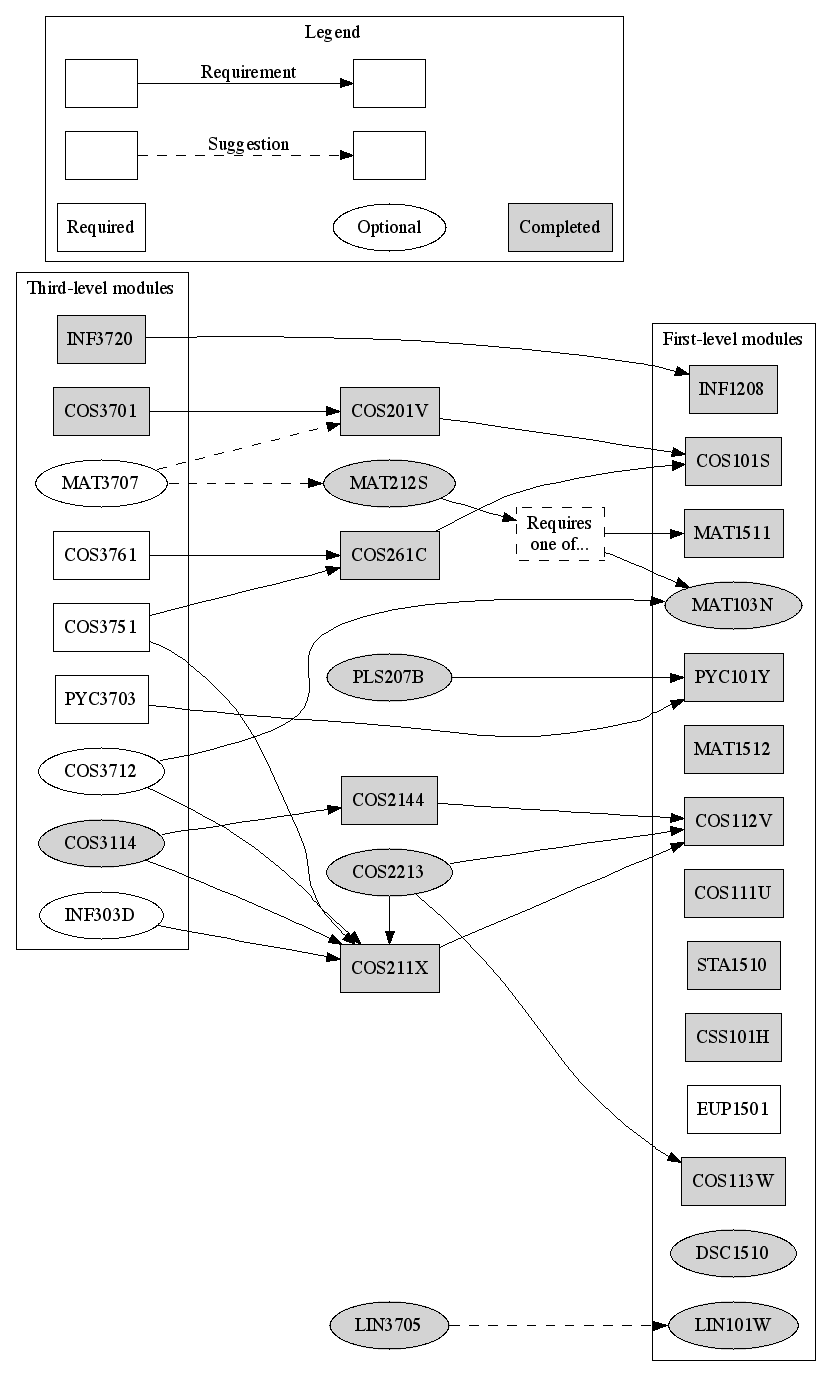
Above: ComputationalIntelligence.png in apauley/unisa-module-graph (Graphviz), before the change. Its source is kept beside it as ComputationalIntelligence.dot.
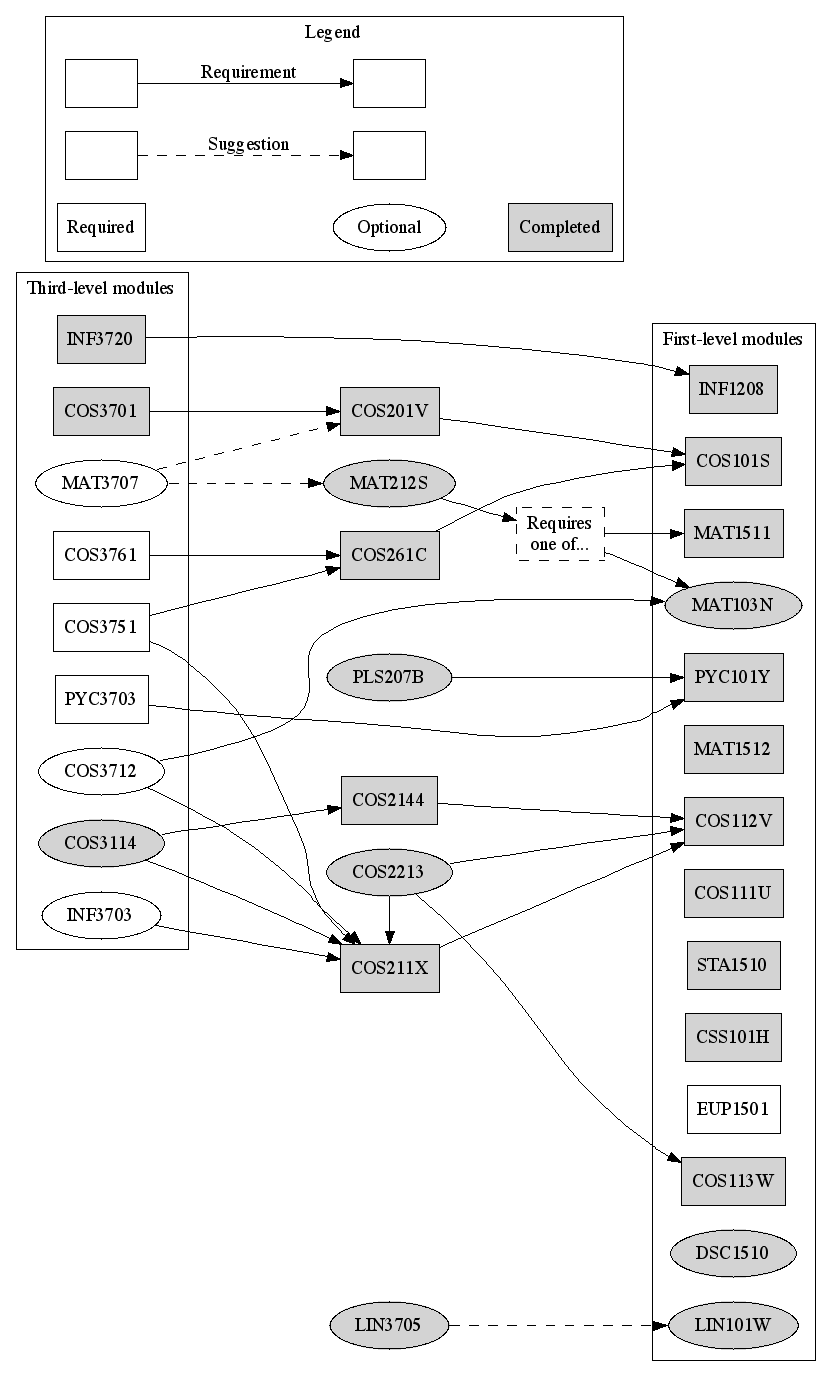
The same file after the commit.

Commit message:
Rename DB Principles to INF3703

What changed in the source:
```diff
@@ -15,7 +15,7 @@
         {rank=same; node [shape=ellipse];
         COS3114 [style=filled]
         MAT3707 COS3712
-        INF303D}
+        INF3703}
     }
 
     {rank=same; node [style=filled];
@@ -68,7 +68,7 @@
 
     COS3114 -> {COS211X COS2144}
     MAT3707 -> {MAT212S COS201V} [style=dashed]
-    INF303D -> {COS211X}
+    INF3703 -> {COS211X}
     COS3712 -> {COS211X MAT103N}
 
 
```
